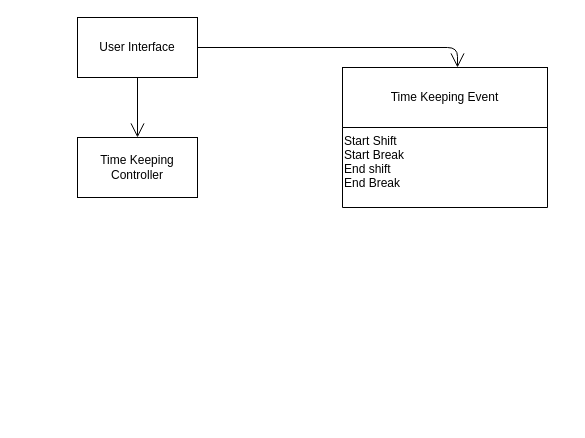
Above: UML Diagram 2.drawio in code987-bio/uml-diagram (draw.io), before the change. Source tidied: cells renumbered, new cells numbered last; positions are measured from the earlier drawing's top-left corner, leaving out a move shared by most shapes. Both pictures are drawn from the tidied source at 100%, with x=0, y=0 at pixel (77, 17).
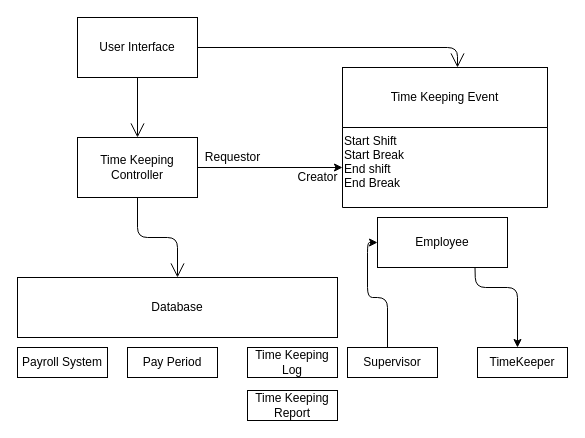
The same diagram, later.

Unchanged cells that the change refers to:
```xml
<mxCell id="3" value="Time Keeping Controller" style="rounded=0;whiteSpace=wrap;html=1;" parent="1" vertex="1">
  <mxGeometry y="120" width="120" height="60" as="geometry" />
</mxCell>
<mxCell id="6" value="Start Shift&#10;Start Break&#10;End shift&#10;End Break" style="swimlane;fontStyle=0;align=left;verticalAlign=top;horizontal=1;startSize=80;" parent="1" vertex="1">
  <mxGeometry x="265" y="110" width="205" height="80" as="geometry" />
</mxCell>
```

What changed in the source:
```diff
@@
+    <mxCell id="9" style="endArrow=open;endFill=1;endSize=12;html=1;exitX=0.5;exitY=1;exitDx=0;exitDy=0;" parent="1" edge="1" source="3" target="10">
+      <mxGeometry relative="1" as="geometry">
+        <Array as="points">
+          <mxPoint x="60" y="220" />
+          <mxPoint x="100" y="220" />
+        </Array>
+      </mxGeometry>
+    </mxCell>
+    <mxCell id="10" value="Database" style="rounded=0;whiteSpace=wrap;html=1;" parent="1" vertex="1">
+      <mxGeometry x="-60" y="260" width="320" height="60" as="geometry" />
+    </mxCell>
+    <mxCell id="11" style="endArrow=classic;html=1;entryX=0;entryY=0.5;entryDx=0;entryDy=0;" parent="1" edge="1" target="6">
+      <mxGeometry relative="1" as="geometry">
+        <mxPoint x="120" y="150" as="sourcePoint" />
+      </mxGeometry>
+    </mxCell>
+    <mxCell id="12" value="Requestor" style="text;html=1;align=center;verticalAlign=middle;" parent="1" vertex="1">
+      <mxGeometry x="120" y="130" width="70" height="20" as="geometry" />
+    </mxCell>
+    <mxCell id="13" value="Payroll System" style="rounded=0;whiteSpace=wrap;html=1;align=center;" parent="1" vertex="1">
+      <mxGeometry x="-60" y="330" width="90" height="30" as="geometry" />
+    </mxCell>
+    <mxCell id="14" value="Pay Period" style="rounded=0;whiteSpace=wrap;html=1;align=center;" parent="1" vertex="1">
+      <mxGeometry x="50" y="330" width="90" height="30" as="geometry" />
+    </mxCell>
+    <mxCell id="15" value="Time Keeping Log" style="rounded=0;whiteSpace=wrap;html=1;align=center;" parent="1" vertex="1">
+      <mxGeometry x="170" y="330" width="90" height="30" as="geometry" />
+    </mxCell>
+    <mxCell id="16" value="Time Keeping Report" style="rounded=0;whiteSpace=wrap;html=1;align=center;" parent="1" vertex="1">
+      <mxGeometry x="170" y="373" width="90" height="30" as="geometry" />
+    </mxCell>
+    <mxCell id="17" value="Creator" style="text;html=1;align=center;verticalAlign=middle;" parent="1" vertex="1">
+      <mxGeometry x="210" y="150" width="60" height="20" as="geometry" />
+    </mxCell>
+    <mxCell id="18" value="Employee" style="rounded=0;whiteSpace=wrap;html=1;align=center;" parent="1" vertex="1">
+      <mxGeometry x="300" y="200" width="130" height="50" as="geometry" />
+    </mxCell>
+    <mxCell id="19" style="endArrow=classic;html=1;entryX=0;entryY=0.5;entryDx=0;entryDy=0;" parent="1" edge="1" target="18">
+      <mxGeometry relative="1" as="geometry">
+        <mxPoint x="310" y="330" as="sourcePoint" />
+        <Array as="points">
+          <mxPoint x="310" y="280" />
+          <mxPoint x="290" y="280" />
+          <mxPoint x="290" y="225" />
+        </Array>
+      </mxGeometry>
+    </mxCell>
+    <mxCell id="20" value="Supervisor" style="rounded=0;whiteSpace=wrap;html=1;align=center;" parent="1" vertex="1">
+      <mxGeometry x="270" y="330" width="90" height="30" as="geometry" />
+    </mxCell>
+    <mxCell id="21" style="endArrow=classic;html=1;exitX=0.75;exitY=1;exitDx=0;exitDy=0;" parent="1" edge="1" source="18">
+      <mxGeometry relative="1" as="geometry">
+        <mxPoint x="440" y="330" as="targetPoint" />
+        <Array as="points">
+          <mxPoint x="398" y="270" />
+          <mxPoint x="440" y="270" />
+        </Array>
+      </mxGeometry>
+    </mxCell>
+    <mxCell id="22" value="TimeKeeper" style="rounded=0;whiteSpace=wrap;html=1;align=center;" parent="1" vertex="1">
+      <mxGeometry x="400" y="330" width="90" height="30" as="geometry" />
+    </mxCell>
```
